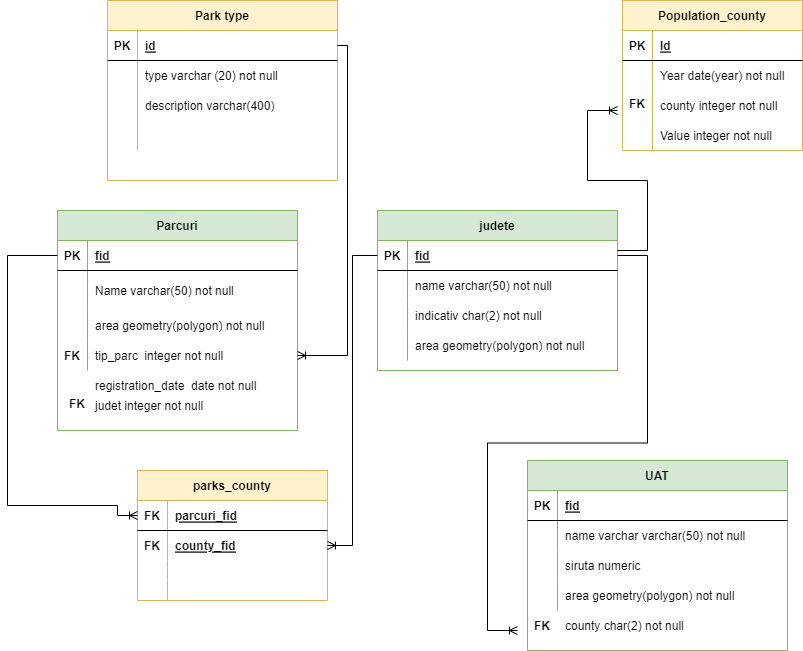
RalucaDB/DB_modeling keeps this draw.io diagram as DB_1.drawio.png. Above is the earlier version. Source tidied: cells renumbered, new cells last; positions are measured from the earlier drawing's top-left corner, leaving out a move shared by most shapes.
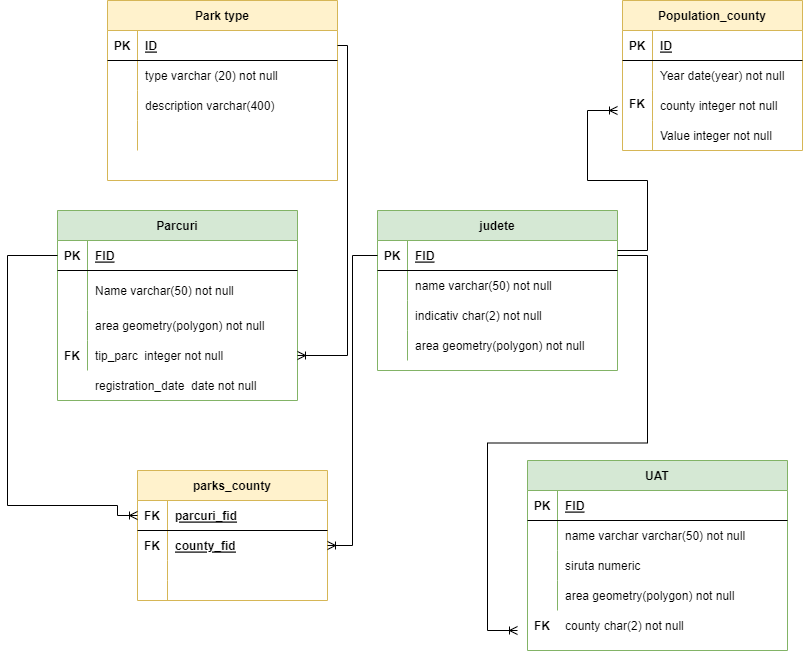
Later version of the same file.

What changed in the source:
```diff
@@ -3,7 +3,7 @@
     <mxCell id="0" />
     <mxCell id="1" parent="0" />
     <mxCell id="2" value="Parcuri" style="shape=table;startSize=30;rowLines=0;fontStyle=1;align=center;fillColor=#d5e8d4;strokeColor=#82b366;" parent="1" vertex="1">
-      <mxGeometry x="50" y="210" width="240" height="220" as="geometry" />
+      <mxGeometry x="50" y="210" width="240" height="190" as="geometry" />
     </mxCell>
     <mxCell id="3" style="shape=tableRow;horizontal=0;startSize=0;swimlaneHead=0;swimlaneBody=0;fillColor=none;points=[[0,0.5],[1,0.5]];portConstraint=eastwest;top=0;left=0;right=0;bottom=1;" parent="2" vertex="1">
       <mxGeometry y="30" width="240" height="30" as="geometry" />
@@ -11,7 +11,7 @@
     <mxCell id="4" value="PK" style="shape=partialRectangle;fillColor=none;top=0;left=0;bottom=0;right=0;fontStyle=1;overflow=hidden;" parent="3" vertex="1">
       <mxGeometry width="30" height="30" as="geometry" />
     </mxCell>
-    <mxCell id="5" value="fid" style="shape=partialRectangle;fillColor=none;top=0;left=0;bottom=0;right=0;align=left;spacingLeft=6;fontStyle=5;overflow=hidden;" parent="3" vertex="1">
+    <mxCell id="5" value="FID" style="shape=partialRectangle;fillColor=none;top=0;left=0;bottom=0;right=0;align=left;spacingLeft=6;fontStyle=5;overflow=hidden;" parent="3" vertex="1">
       <mxGeometry x="30" width="210" height="30" as="geometry" />
     </mxCell>
     <mxCell id="6" style="shape=tableRow;horizontal=0;startSize=0;swimlaneHead=0;swimlaneBody=0;fillColor=none;top=0;left=0;right=0;bottom=0;" parent="2" vertex="1">
@@ -50,7 +50,7 @@
     <mxCell id="17" value="PK" style="shape=partialRectangle;fillColor=none;top=0;left=0;bottom=0;right=0;fontStyle=1;overflow=hidden;" parent="16" vertex="1">
       <mxGeometry width="30" height="30" as="geometry" />
     </mxCell>
-    <mxCell id="18" value="fid" style="shape=partialRectangle;fillColor=none;top=0;left=0;bottom=0;right=0;align=left;spacingLeft=6;fontStyle=5;overflow=hidden;" parent="16" vertex="1">
+    <mxCell id="18" value="FID" style="shape=partialRectangle;fillColor=none;top=0;left=0;bottom=0;right=0;align=left;spacingLeft=6;fontStyle=5;overflow=hidden;" parent="16" vertex="1">
       <mxGeometry x="30" width="210" height="30" as="geometry" />
     </mxCell>
     <mxCell id="19" style="shape=tableRow;horizontal=0;startSize=0;swimlaneHead=0;swimlaneBody=0;fillColor=none;top=0;left=0;right=0;bottom=0;" parent="15" vertex="1">
@@ -83,9 +83,6 @@
     <mxCell id="28" value="registration_date  date not null" style="shape=partialRectangle;fillColor=none;top=0;left=0;bottom=0;right=0;align=left;spacingLeft=6;overflow=hidden;" parent="1" vertex="1">
       <mxGeometry x="80" y="370" width="210" height="30" as="geometry" />
     </mxCell>
-    <mxCell id="29" value="judet integer not null" style="shape=partialRectangle;fillColor=none;top=0;left=0;bottom=0;right=0;align=left;spacingLeft=6;overflow=hidden;" parent="1" vertex="1">
-      <mxGeometry x="80" y="390" width="210" height="30" as="geometry" />
-    </mxCell>
     <mxCell id="30" value="UAT" style="shape=table;startSize=30;rowLines=0;fontStyle=1;align=center;fillColor=#d5e8d4;strokeColor=#82b366;" parent="1" vertex="1">
       <mxGeometry x="520" y="460" width="260" height="190" as="geometry" />
     </mxCell>
@@ -95,7 +92,7 @@
     <mxCell id="32" value="PK" style="shape=partialRectangle;fillColor=none;top=0;left=0;bottom=0;right=0;fontStyle=1;overflow=hidden;" parent="31" vertex="1">
       <mxGeometry width="30" height="30" as="geometry" />
     </mxCell>
-    <mxCell id="33" value="fid" style="shape=partialRectangle;fillColor=none;top=0;left=0;bottom=0;right=0;align=left;spacingLeft=6;fontStyle=5;overflow=hidden;" parent="31" vertex="1">
+    <mxCell id="33" value="FID" style="shape=partialRectangle;fillColor=none;top=0;left=0;bottom=0;right=0;align=left;spacingLeft=6;fontStyle=5;overflow=hidden;" parent="31" vertex="1">
       <mxGeometry x="30" width="230" height="30" as="geometry" />
     </mxCell>
     <mxCell id="34" style="shape=tableRow;horizontal=0;startSize=0;swimlaneHead=0;swimlaneBody=0;fillColor=none;top=0;left=0;right=0;bottom=0;" parent="30" vertex="1">
@@ -137,7 +134,7 @@
     <mxCell id="46" value="PK" style="shape=partialRectangle;fillColor=none;top=0;left=0;bottom=0;right=0;fontStyle=1;overflow=hidden;" parent="45" vertex="1">
       <mxGeometry width="30" height="30" as="geometry" />
     </mxCell>
-    <mxCell id="47" value="id" style="shape=partialRectangle;fillColor=none;top=0;left=0;bottom=0;right=0;align=left;spacingLeft=6;fontStyle=5;overflow=hidden;" parent="45" vertex="1">
+    <mxCell id="47" value="ID" style="shape=partialRectangle;fillColor=none;top=0;left=0;bottom=0;right=0;align=left;spacingLeft=6;fontStyle=5;overflow=hidden;" parent="45" vertex="1">
       <mxGeometry x="30" width="200" height="30" as="geometry" />
     </mxCell>
     <mxCell id="48" style="shape=tableRow;horizontal=0;startSize=0;swimlaneHead=0;swimlaneBody=0;fillColor=none;top=0;left=0;right=0;bottom=0;" parent="44" vertex="1">
@@ -170,9 +167,6 @@
     <mxCell id="57" style="edgeStyle=orthogonalEdgeStyle;fontSize=12;html=1;endArrow=ERoneToMany;rounded=0;exitX=1;exitY=0.5;exitDx=0;exitDy=0;" parent="1" edge="1" source="45" target="12">
       <mxGeometry relative="1" as="geometry" />
     </mxCell>
-    <mxCell id="58" value="FK" style="text;whiteSpace=wrap;html=1;fontStyle=1;" parent="1" vertex="1">
-      <mxGeometry x="60" y="390" width="50" height="40" as="geometry" />
-    </mxCell>
     <mxCell id="59" style="shape=tableRow;horizontal=0;startSize=0;swimlaneHead=0;swimlaneBody=0;fillColor=none;top=0;left=0;right=0;bottom=0;" parent="1" vertex="1">
       <mxGeometry x="370" y="330" width="240" height="30" as="geometry" />
     </mxCell>
@@ -191,7 +185,7 @@
     <mxCell id="64" value="PK" style="shape=partialRectangle;fillColor=none;top=0;left=0;bottom=0;right=0;fontStyle=1;overflow=hidden;" parent="63" vertex="1">
       <mxGeometry width="30" height="30" as="geometry" />
     </mxCell>
-    <mxCell id="65" value="Id" style="shape=partialRectangle;fillColor=none;top=0;left=0;bottom=0;right=0;align=left;spacingLeft=6;fontStyle=5;overflow=hidden;" parent="63" vertex="1">
+    <mxCell id="65" value="ID" style="shape=partialRectangle;fillColor=none;top=0;left=0;bottom=0;right=0;align=left;spacingLeft=6;fontStyle=5;overflow=hidden;" parent="63" vertex="1">
       <mxGeometry x="30" width="150" height="30" as="geometry" />
     </mxCell>
     <mxCell id="66" style="shape=tableRow;horizontal=0;startSize=0;swimlaneHead=0;swimlaneBody=0;fillColor=none;top=0;left=0;right=0;bottom=0;" parent="62" vertex="1">
```
